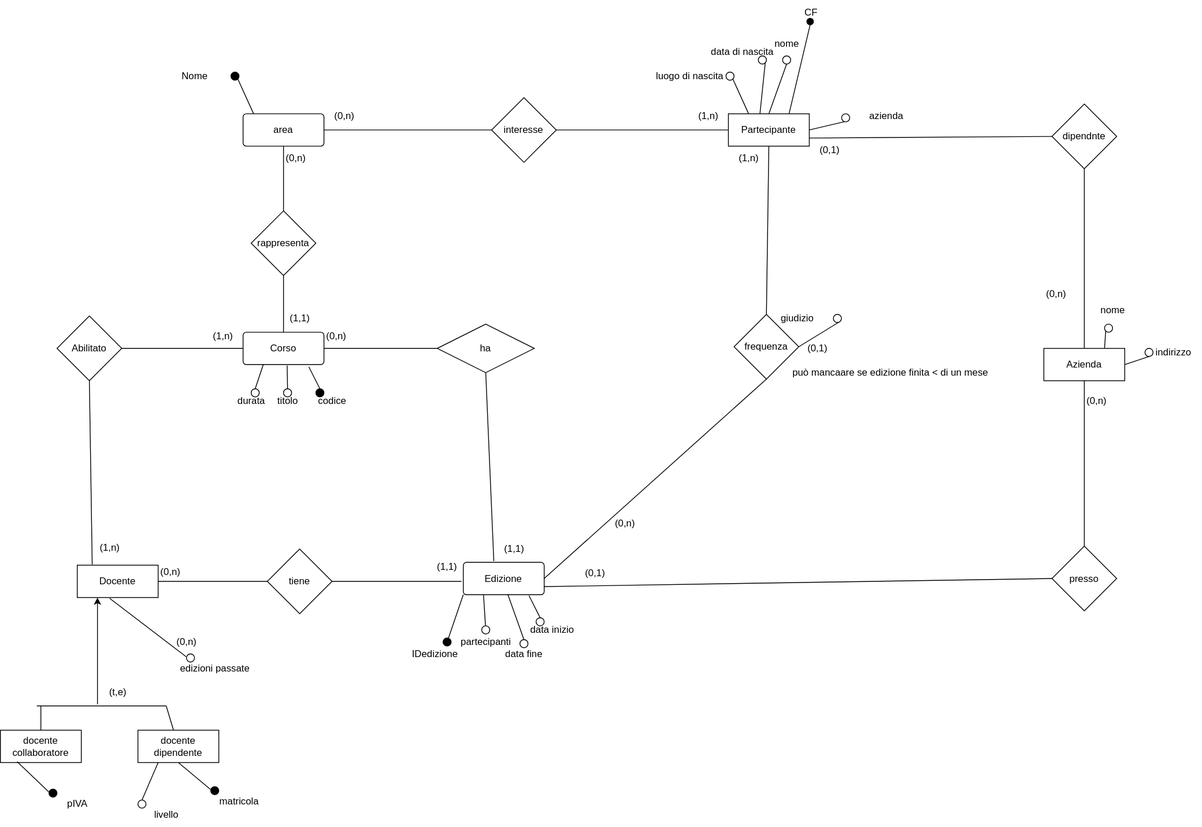
Earlier version of the draw.io export er/es1/Corso_edizione.drawio.svg (Gabriele-traversa/basati_datati_storati). Source tidied: cells renumbered, new cells last; positions are measured from the earlier drawing's top-left corner, leaving out a move shared by most shapes.
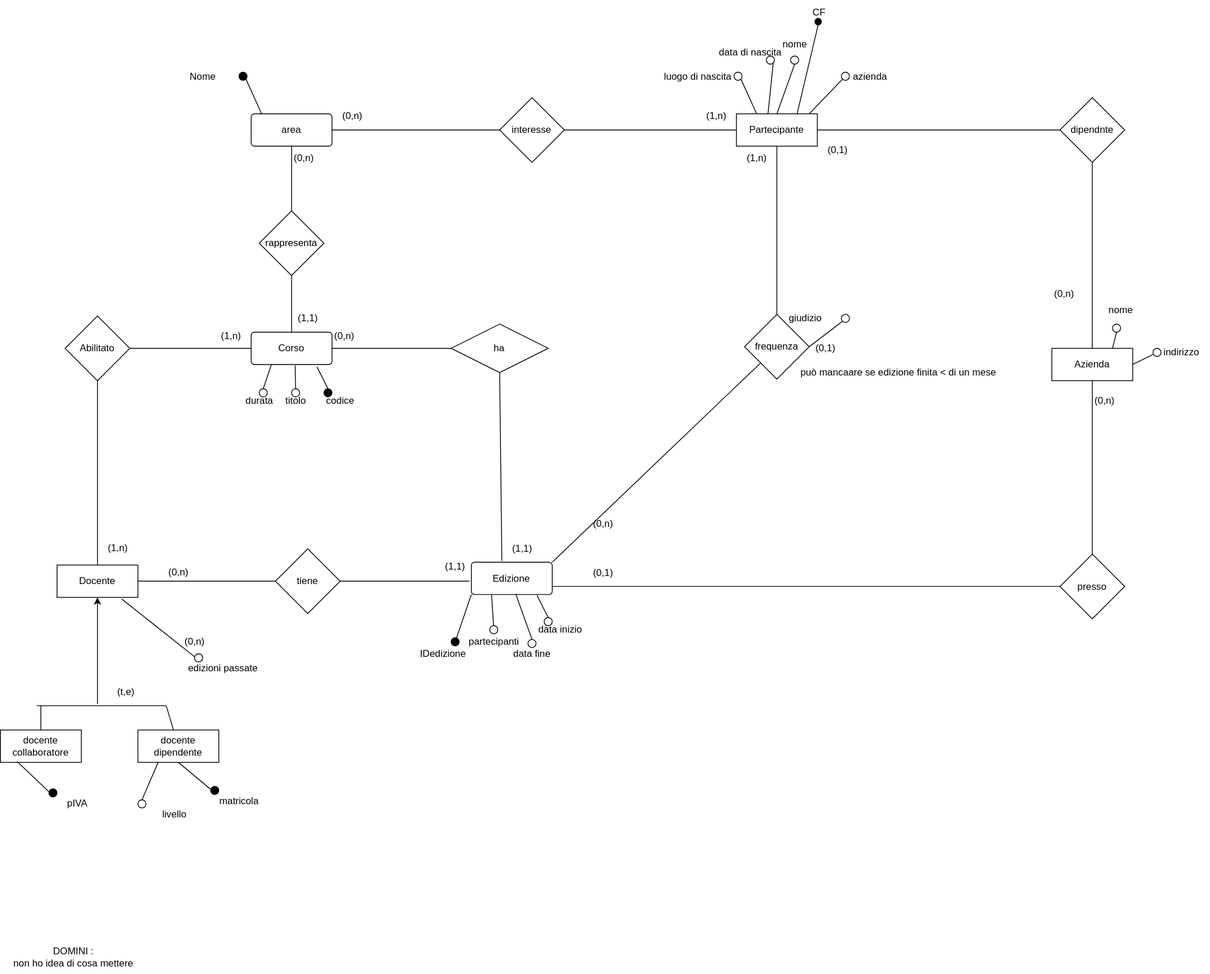
Later version of the same file.

Commit message:
minchia che hit sto ER

What changed in the source:
```diff
@@ -6,7 +6,7 @@
       <mxGeometry relative="1" as="geometry" />
     </mxCell>
     <mxCell id="3" value="Docente" style="whiteSpace=wrap;html=1;align=center;" parent="1" vertex="1">
-      <mxGeometry x="95" y="698" width="100" height="40" as="geometry" />
+      <mxGeometry x="60" y="698" width="100" height="40" as="geometry" />
     </mxCell>
     <mxCell id="4" style="edgeStyle=none;html=1;exitX=1;exitY=0.5;exitDx=0;exitDy=0;endArrow=none;endFill=0;" parent="1" edge="1" source="5" target="31">
       <mxGeometry relative="1" as="geometry" />
@@ -95,7 +95,7 @@
       <mxGeometry x="300" y="410" width="100" height="40" as="geometry" />
     </mxCell>
     <mxCell id="32" value="ha" style="shape=rhombus;perimeter=rhombusPerimeter;whiteSpace=wrap;html=1;align=center;" parent="1" vertex="1">
-      <mxGeometry x="540" y="400" width="120" height="60" as="geometry" />
+      <mxGeometry x="547.2" y="400" width="120" height="60" as="geometry" />
     </mxCell>
     <mxCell id="33" style="edgeStyle=none;html=1;exitX=0.5;exitY=0;exitDx=0;exitDy=0;entryX=0.25;entryY=1;entryDx=0;entryDy=0;endArrow=none;endFill=0;" parent="1" edge="1" source="34" target="31">
       <mxGeometry relative="1" as="geometry" />
@@ -141,40 +141,42 @@
     <mxCell id="46" style="ellipse;whiteSpace=wrap;html=1;" parent="1" vertex="1">
       <mxGeometry x="230" y="807.8" width="10" height="10" as="geometry" />
     </mxCell>
-    <mxCell id="47" style="edgeStyle=none;html=1;exitX=-0.024;exitY=0.348;exitDx=0;exitDy=0;entryX=0.4;entryY=1.024;entryDx=0;entryDy=0;entryPerimeter=0;endArrow=none;endFill=0;exitPerimeter=0;" parent="1" edge="1" source="46" target="3">
-      <mxGeometry relative="1" as="geometry" />
+    <mxCell id="47" style="edgeStyle=none;html=1;exitX=-0.024;exitY=0.348;exitDx=0;exitDy=0;endArrow=none;endFill=0;exitPerimeter=0;" parent="1" edge="1" source="46">
+      <mxGeometry relative="1" as="geometry">
+        <mxPoint x="140" y="740" as="targetPoint" />
+      </mxGeometry>
     </mxCell>
     <mxCell id="48" value="edizioni passate" style="text;html=1;align=center;verticalAlign=middle;strokeColor=none;fillColor=none;" parent="1" vertex="1">
       <mxGeometry x="210" y="811.2" width="110" height="30" as="geometry" />
     </mxCell>
-    <mxCell id="49" style="endArrow=none;html=1;entryX=0.5;entryY=1;entryDx=0;entryDy=0;exitX=0.185;exitY=-0.021;exitDx=0;exitDy=0;exitPerimeter=0;" parent="1" edge="1" source="3" target="5">
+    <mxCell id="49" style="endArrow=none;html=1;entryX=0.5;entryY=1;entryDx=0;entryDy=0;exitX=0.5;exitY=0;exitDx=0;exitDy=0;" parent="1" edge="1" source="3" target="5">
       <mxGeometry relative="1" as="geometry" />
     </mxCell>
     <mxCell id="50" value="docente collaboratore" style="whiteSpace=wrap;html=1;align=center;" parent="1" vertex="1">
-      <mxGeometry y="902" width="100" height="40" as="geometry" />
+      <mxGeometry x="-10" y="902" width="100" height="40" as="geometry" />
     </mxCell>
     <mxCell id="51" value="docente dipendente" style="whiteSpace=wrap;html=1;align=center;" parent="1" vertex="1">
-      <mxGeometry x="170" y="902" width="100" height="40" as="geometry" />
+      <mxGeometry x="160" y="902" width="100" height="40" as="geometry" />
     </mxCell>
-    <mxCell id="52" style="endArrow=classic;html=1;entryX=0.25;entryY=1;entryDx=0;entryDy=0;" parent="1" edge="1" target="3">
+    <mxCell id="52" style="endArrow=classic;html=1;entryX=0.5;entryY=1;entryDx=0;entryDy=0;" parent="1" edge="1" target="3">
       <mxGeometry relative="1" as="geometry">
-        <mxPoint x="120" y="870" as="sourcePoint" />
+        <mxPoint x="110" y="870" as="sourcePoint" />
       </mxGeometry>
     </mxCell>
     <mxCell id="53" style="endArrow=none;html=1;exitX=0.5;exitY=0;exitDx=0;exitDy=0;" parent="1" edge="1" source="50">
       <mxGeometry relative="1" as="geometry">
-        <mxPoint x="50" y="872" as="targetPoint" />
+        <mxPoint x="40" y="872" as="targetPoint" />
       </mxGeometry>
     </mxCell>
     <mxCell id="54" style="endArrow=none;html=1;" parent="1" edge="1" source="51">
       <mxGeometry relative="1" as="geometry">
-        <mxPoint x="205" y="872" as="targetPoint" />
+        <mxPoint x="195" y="872" as="targetPoint" />
       </mxGeometry>
     </mxCell>
     <mxCell id="55" style="endArrow=none;html=1;" parent="1" edge="1">
       <mxGeometry relative="1" as="geometry">
-        <mxPoint x="45" y="872" as="sourcePoint" />
-        <mxPoint x="205" y="872" as="targetPoint" />
+        <mxPoint x="35" y="872" as="sourcePoint" />
+        <mxPoint x="195" y="872" as="targetPoint" />
       </mxGeometry>
     </mxCell>
     <mxCell id="56" value="(0,n)" style="text;html=1;align=center;verticalAlign=middle;strokeColor=none;fillColor=none;" parent="1" vertex="1">
@@ -198,21 +200,21 @@
       <mxGeometry x="185" y="691.5" width="50" height="30" as="geometry" />
     </mxCell>
     <mxCell id="62" style="ellipse;whiteSpace=wrap;html=1;fillColor=#000000;" parent="1" vertex="1">
-      <mxGeometry x="260" y="971.8" width="10" height="10" as="geometry" />
+      <mxGeometry x="250" y="971.8" width="10" height="10" as="geometry" />
     </mxCell>
     <mxCell id="63" style="edgeStyle=none;html=1;exitX=-0.024;exitY=0.348;exitDx=0;exitDy=0;entryX=0.5;entryY=1;entryDx=0;entryDy=0;endArrow=none;endFill=0;exitPerimeter=0;" parent="1" edge="1" source="62" target="51">
       <mxGeometry relative="1" as="geometry" />
     </mxCell>
     <mxCell id="64" value="matricola" style="text;html=1;align=center;verticalAlign=middle;strokeColor=none;fillColor=none;" parent="1" vertex="1">
-      <mxGeometry x="260" y="975.2" width="70" height="30" as="geometry" />
+      <mxGeometry x="250" y="975.2" width="70" height="30" as="geometry" />
     </mxCell>
     <mxCell id="65" style="edgeStyle=none;html=1;" parent="1" edge="1" target="51">
       <mxGeometry relative="1" as="geometry">
-        <mxPoint x="242.9" y="942" as="sourcePoint" />
+        <mxPoint x="232.9" y="942" as="sourcePoint" />
       </mxGeometry>
     </mxCell>
     <mxCell id="66" style="ellipse;whiteSpace=wrap;html=1;" parent="1" vertex="1">
-      <mxGeometry x="170" y="988.4" width="10" height="10" as="geometry" />
+      <mxGeometry x="160" y="988.4" width="10" height="10" as="geometry" />
     </mxCell>
     <mxCell id="67" style="edgeStyle=none;html=1;exitX=0.5;exitY=0;exitDx=0;exitDy=0;entryX=0.25;entryY=1;entryDx=0;entryDy=0;endArrow=none;endFill=0;" parent="1" edge="1" source="66" target="51">
       <mxGeometry relative="1" as="geometry" />
@@ -222,23 +224,23 @@
     </mxCell>
     <mxCell id="69" style="edgeStyle=none;html=1;" parent="1" edge="1">
       <mxGeometry relative="1" as="geometry">
-        <mxPoint x="152.9" y="958.6" as="sourcePoint" />
-        <mxPoint x="153" y="958.6" as="targetPoint" />
+        <mxPoint x="142.9" y="958.6" as="sourcePoint" />
+        <mxPoint x="143" y="958.6" as="targetPoint" />
       </mxGeometry>
     </mxCell>
     <mxCell id="70" style="ellipse;whiteSpace=wrap;html=1;fillColor=#000000;" parent="1" vertex="1">
-      <mxGeometry x="60" y="974.8" width="10" height="10" as="geometry" />
+      <mxGeometry x="50" y="974.8" width="10" height="10" as="geometry" />
     </mxCell>
     <mxCell id="71" style="edgeStyle=none;html=1;exitX=-0.024;exitY=0.348;exitDx=0;exitDy=0;entryX=0.207;entryY=0.975;entryDx=0;entryDy=0;endArrow=none;endFill=0;exitPerimeter=0;entryPerimeter=0;" parent="1" edge="1" source="70" target="50">
       <mxGeometry relative="1" as="geometry" />
     </mxCell>
     <mxCell id="72" value="pIVA" style="text;html=1;align=center;verticalAlign=middle;strokeColor=none;fillColor=none;" parent="1" vertex="1">
-      <mxGeometry x="70" y="978.2" width="50" height="30" as="geometry" />
+      <mxGeometry x="60" y="978.2" width="50" height="30" as="geometry" />
     </mxCell>
     <mxCell id="73" style="edgeStyle=none;html=1;" parent="1" edge="1">
       <mxGeometry relative="1" as="geometry">
-        <mxPoint x="42.9" y="945" as="sourcePoint" />
-        <mxPoint x="43" y="945" as="targetPoint" />
+        <mxPoint x="32.9" y="945" as="sourcePoint" />
+        <mxPoint x="33" y="945" as="targetPoint" />
       </mxGeometry>
     </mxCell>
     <mxCell id="74" value="(t,e)" style="text;html=1;align=center;verticalAlign=middle;strokeColor=none;fillColor=none;" parent="1" vertex="1">
@@ -297,22 +299,22 @@
     <mxCell id="91" value="(1,n)" style="text;html=1;align=center;verticalAlign=middle;strokeColor=none;fillColor=none;" parent="1" vertex="1">
       <mxGeometry x="850" y="128" width="50" height="30" as="geometry" />
     </mxCell>
-    <mxCell id="92" style="edgeStyle=none;html=1;exitX=1;exitY=1;exitDx=0;exitDy=0;entryX=1;entryY=0.5;entryDx=0;entryDy=0;endArrow=none;endFill=0;" parent="1" edge="1" source="93" target="78">
+    <mxCell id="92" style="edgeStyle=none;html=1;exitX=0;exitY=1;exitDx=0;exitDy=0;entryX=0.9;entryY=0;entryDx=0;entryDy=0;endArrow=none;endFill=0;entryPerimeter=0;" parent="1" edge="1" source="93" target="78">
       <mxGeometry relative="1" as="geometry" />
     </mxCell>
     <mxCell id="93" style="ellipse;whiteSpace=wrap;html=1;" parent="1" vertex="1">
-      <mxGeometry x="1040" y="140" width="10" height="10" as="geometry" />
+      <mxGeometry x="1029.8" y="88.5" width="10" height="10" as="geometry" />
     </mxCell>
     <mxCell id="94" value="azienda" style="text;html=1;align=center;verticalAlign=middle;strokeColor=none;fillColor=none;" parent="1" vertex="1">
-      <mxGeometry x="1060" y="128" width="70" height="30" as="geometry" />
+      <mxGeometry x="1029.8" y="78.5" width="70" height="30" as="geometry" />
     </mxCell>
     <mxCell id="95" value="frequenza" style="rhombus;whiteSpace=wrap;html=1;" parent="1" vertex="1">
-      <mxGeometry x="907" y="388" width="80" height="80" as="geometry" />
+      <mxGeometry x="910" y="388" width="80" height="80" as="geometry" />
     </mxCell>
-    <mxCell id="96" style="edgeStyle=none;html=1;exitX=1;exitY=0.5;exitDx=0;exitDy=0;entryX=0.5;entryY=1;entryDx=0;entryDy=0;endArrow=none;endFill=0;" parent="1" edge="1" source="19" target="95">
+    <mxCell id="96" style="edgeStyle=none;html=1;exitX=1;exitY=0;exitDx=0;exitDy=0;entryX=0;entryY=1;entryDx=0;entryDy=0;endArrow=none;endFill=0;" parent="1" edge="1" source="19" target="95">
       <mxGeometry relative="1" as="geometry" />
     </mxCell>
-    <mxCell id="97" style="edgeStyle=none;html=1;exitX=1;exitY=1;exitDx=0;exitDy=0;endArrow=none;endFill=0;entryX=1;entryY=0.5;entryDx=0;entryDy=0;" parent="1" edge="1" source="98" target="95">
+    <mxCell id="97" style="edgeStyle=none;html=1;exitX=0;exitY=1;exitDx=0;exitDy=0;endArrow=none;endFill=0;entryX=1;entryY=0.5;entryDx=0;entryDy=0;" parent="1" edge="1" source="98" target="95">
       <mxGeometry relative="1" as="geometry" />
     </mxCell>
     <mxCell id="98" style="ellipse;whiteSpace=wrap;html=1;" parent="1" vertex="1">
@@ -331,12 +333,12 @@
       <mxGeometry x="900" y="180" width="50" height="30" as="geometry" />
     </mxCell>
     <mxCell id="103" value="(0,n)" style="text;html=1;align=center;verticalAlign=middle;strokeColor=none;fillColor=none;" parent="1" vertex="1">
-      <mxGeometry x="747" y="631.5" width="50" height="30" as="geometry" />
+      <mxGeometry x="710" y="631.5" width="50" height="30" as="geometry" />
     </mxCell>
-    <mxCell id="104" style="edgeStyle=none;html=1;exitX=0.75;exitY=0;exitDx=0;exitDy=0;entryX=0;entryY=1;entryDx=0;entryDy=0;endArrow=none;endFill=0;" parent="1" edge="1" source="107" target="109">
+    <mxCell id="104" style="edgeStyle=none;html=1;exitX=0.75;exitY=0;exitDx=0;exitDy=0;entryX=0.5;entryY=1;entryDx=0;entryDy=0;endArrow=none;endFill=0;" parent="1" edge="1" source="107" target="109">
       <mxGeometry relative="1" as="geometry" />
     </mxCell>
-    <mxCell id="105" style="edgeStyle=none;html=1;exitX=1;exitY=0.5;exitDx=0;exitDy=0;entryX=0.5;entryY=1;entryDx=0;entryDy=0;endArrow=none;endFill=0;" parent="1" edge="1" source="107" target="108">
+    <mxCell id="105" style="edgeStyle=none;html=1;exitX=1;exitY=0.5;exitDx=0;exitDy=0;entryX=0;entryY=0.585;entryDx=0;entryDy=0;endArrow=none;endFill=0;entryPerimeter=0;" parent="1" edge="1" source="107" target="112">
       <mxGeometry relative="1" as="geometry" />
     </mxCell>
     <mxCell id="106" style="edgeStyle=none;html=1;exitX=0.5;exitY=1;exitDx=0;exitDy=0;entryX=0.5;entryY=0;entryDx=0;entryDy=0;endArrow=none;endFill=0;" parent="1" edge="1" source="107" target="110">
@@ -352,7 +354,7 @@
       <mxGeometry x="1365" y="400" width="10" height="10" as="geometry" />
     </mxCell>
     <mxCell id="110" value="presso" style="rhombus;whiteSpace=wrap;html=1;" parent="1" vertex="1">
-      <mxGeometry x="1300" y="674.5" width="80" height="80" as="geometry" />
+      <mxGeometry x="1300" y="684.5" width="80" height="80" as="geometry" />
     </mxCell>
     <mxCell id="111" value="nome" style="text;html=1;align=center;verticalAlign=middle;strokeColor=none;fillColor=none;" parent="1" vertex="1">
       <mxGeometry x="1350" y="368" width="50" height="30" as="geometry" />
@@ -367,9 +369,9 @@
       <mxGeometry x="1280" y="348" width="50" height="30" as="geometry" />
     </mxCell>
     <mxCell id="115" value="dipendnte" style="rhombus;whiteSpace=wrap;html=1;" parent="1" vertex="1">
-      <mxGeometry x="1300" y="128" width="80" height="80" as="geometry" />
+      <mxGeometry x="1300" y="120" width="80" height="80" as="geometry" />
     </mxCell>
-    <mxCell id="116" style="edgeStyle=none;html=1;exitX=0;exitY=0.5;exitDx=0;exitDy=0;entryX=1;entryY=0.75;entryDx=0;entryDy=0;endArrow=none;endFill=0;" parent="1" edge="1" source="115" target="78">
+    <mxCell id="116" style="edgeStyle=none;html=1;exitX=0;exitY=0.5;exitDx=0;exitDy=0;entryX=1;entryY=0.5;entryDx=0;entryDy=0;endArrow=none;endFill=0;" parent="1" edge="1" source="115" target="78">
       <mxGeometry relative="1" as="geometry" />
     </mxCell>
     <mxCell id="117" value="(0,1)" style="text;html=1;align=center;verticalAlign=middle;strokeColor=none;fillColor=none;" parent="1" vertex="1">
@@ -394,5 +396,8 @@
     <mxCell id="122" value="(0,n)" style="text;html=1;align=center;verticalAlign=middle;strokeColor=none;fillColor=none;" parent="1" vertex="1">
       <mxGeometry x="1330" y="480" width="50" height="30" as="geometry" />
     </mxCell>
+    <mxCell id="123" value="DOMINI&lt;span style=&quot;background-color: transparent;&quot;&gt;:&lt;/span&gt;&lt;div&gt;non ho idea di cosa mettere&lt;/div&gt;" style="text;html=1;align=center;verticalAlign=middle;strokeColor=none;fillColor=none;" parent="1" vertex="1">
+      <mxGeometry x="-5" y="1163" width="170" height="40" as="geometry" />
+    </mxCell>
   </root>
 </mxGraphModel>
```
